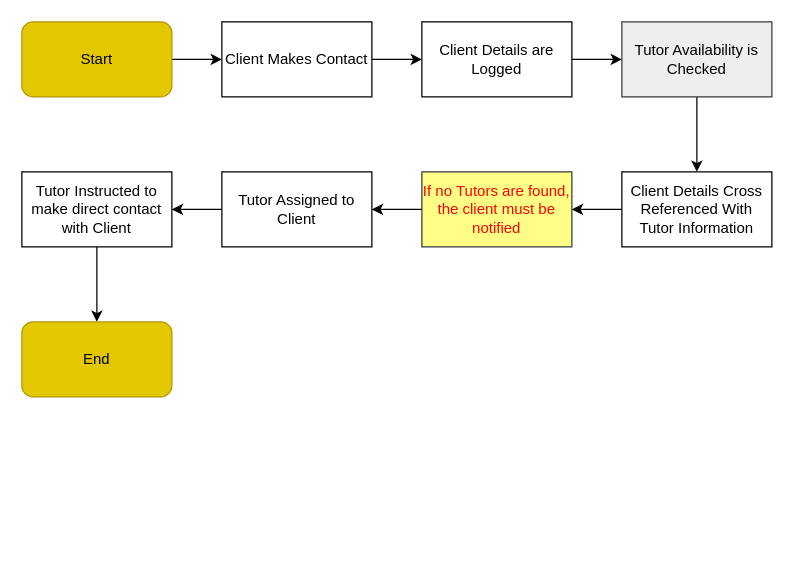
The draw.io diagram Process Diagram.drawio in Read-Jake/Read-Jake, before the edit. Source tidied: cells renumbered, new cells numbered last; positions are measured from the earlier drawing's top-left corner, leaving out a move shared by most shapes. Both pictures are drawn from the tidied source at 125%, with x=0, y=0 at pixel (21, 21).
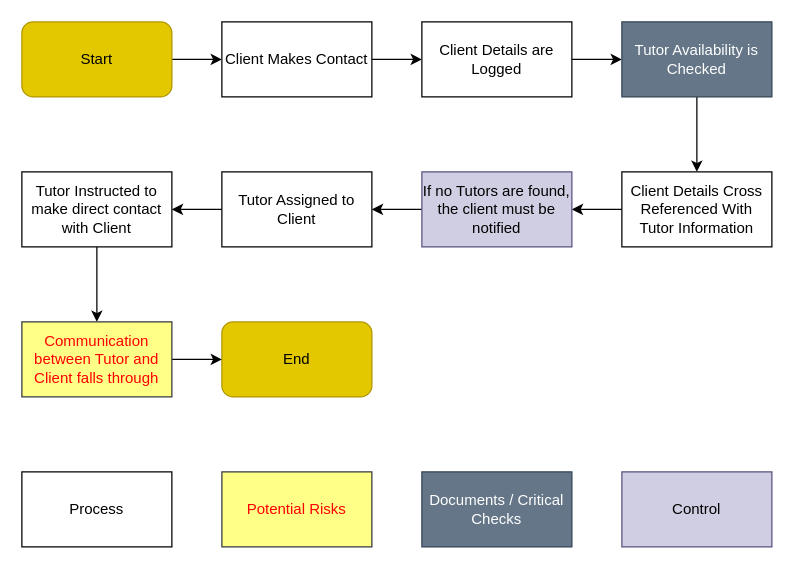
Above is the later version.

The change refers to these unchanged cells:
```xml
<mxCell id="17" value="Tutor Instructed to make direct contact with Client" style="rounded=0;whiteSpace=wrap;html=1;fontColor=#000000;" parent="1" vertex="1">
  <mxGeometry y="120" width="120" height="60" as="geometry" />
</mxCell>
```

Change to the diagram source:
```diff
@@
-    <mxCell id="9" value="Tutor Availability is Checked" style="rounded=0;whiteSpace=wrap;html=1;fillColor=#eeeeee;strokeColor=#36393d;" parent="1" vertex="1">
+    <mxCell id="9" value="Tutor Availability is Checked" style="rounded=0;whiteSpace=wrap;html=1;fillColor=#647687;strokeColor=#314354;fontColor=#ffffff;" parent="1" vertex="1">
       <mxGeometry x="480" width="120" height="60" as="geometry" />
     </mxCell>
@@
-    <mxCell id="13" value="&lt;font color=&quot;#ff0000&quot;&gt;If no Tutors are found, the client must be notified&lt;/font&gt;" style="rounded=0;whiteSpace=wrap;html=1;fillColor=#ffff88;strokeColor=#36393d;" parent="1" vertex="1">
+    <mxCell id="13" value="If no Tutors are found, the client must be notified" style="rounded=0;whiteSpace=wrap;html=1;fillColor=#d0cee2;strokeColor=#56517e;" parent="1" vertex="1">
       <mxGeometry x="320" y="120" width="120" height="60" as="geometry" />
     </mxCell>
@@
-    <mxCell id="16" style="edgeStyle=orthogonalEdgeStyle;rounded=0;jettySize=auto;html=1;exitX=0.5;exitY=1;exitDx=0;exitDy=0;entryX=0.5;entryY=0;entryDx=0;entryDy=0;fontColor=#000000;" parent="1" edge="1" source="17" target="18">
+    <mxCell id="16" style="edgeStyle=orthogonalEdgeStyle;rounded=0;jettySize=auto;html=1;exitX=0.5;exitY=1;exitDx=0;exitDy=0;entryX=0.5;entryY=0;entryDx=0;entryDy=0;fontColor=#000000;" parent="1" edge="1" source="17" target="23">
       <mxGeometry relative="1" as="geometry" />
     </mxCell>
@@
-    <mxCell id="18" value="End" style="rounded=1;whiteSpace=wrap;html=1;fontColor=#000000;fillColor=#e3c800;strokeColor=#B09500;" parent="1" vertex="1">
-      <mxGeometry y="240" width="120" height="60" as="geometry" />
+    <mxCell id="18" value="End" style="rounded=1;whiteSpace=wrap;html=1;fillColor=#e3c800;strokeColor=#B09500;fontColor=#000000;" parent="1" vertex="1">
+      <mxGeometry x="160" y="240" width="120" height="60" as="geometry" />
     </mxCell>
+    <mxCell id="19" value="Process" style="rounded=0;whiteSpace=wrap;html=1;fontColor=#000000;" parent="1" vertex="1">
+      <mxGeometry y="360" width="120" height="60" as="geometry" />
+    </mxCell>
+    <mxCell id="20" value="&lt;font color=&quot;#ff0000&quot;&gt;Potential Risks&lt;/font&gt;" style="rounded=0;whiteSpace=wrap;html=1;fillColor=#ffff88;strokeColor=#36393d;" parent="1" vertex="1">
+      <mxGeometry x="160" y="360" width="120" height="60" as="geometry" />
+    </mxCell>
+    <mxCell id="21" value="Documents / Critical Checks" style="rounded=0;whiteSpace=wrap;html=1;fontColor=#ffffff;fillColor=#647687;strokeColor=#314354;" parent="1" vertex="1">
+      <mxGeometry x="320" y="360" width="120" height="60" as="geometry" />
+    </mxCell>
+    <mxCell id="22" style="edgeStyle=orthogonalEdgeStyle;rounded=0;jettySize=auto;html=1;fontColor=#000000;" parent="1" edge="1" source="23" target="18">
+      <mxGeometry relative="1" as="geometry" />
+    </mxCell>
+    <mxCell id="23" value="&lt;font color=&quot;#ff0000&quot;&gt;Communication between Tutor and Client falls through&lt;/font&gt;" style="rounded=0;whiteSpace=wrap;html=1;fillColor=#ffff88;strokeColor=#36393d;" parent="1" vertex="1">
+      <mxGeometry y="240" width="120" height="60" as="geometry" />
+    </mxCell>
+    <mxCell id="24" value="Control" style="rounded=0;whiteSpace=wrap;html=1;fillColor=#d0cee2;strokeColor=#56517e;" parent="1" vertex="1">
+      <mxGeometry x="480" y="360" width="120" height="60" as="geometry" />
+    </mxCell>
```
